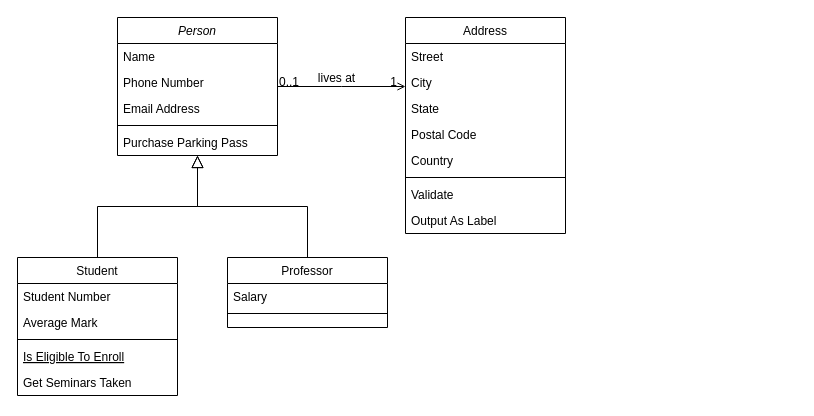
Earlier version of the draw.io diagram Untitled Diagram.drawio (NayeonKeum/Peering). Source tidied: cells renumbered, new cells numbered last; positions are measured from the earlier drawing's top-left corner, leaving out a move shared by most shapes. Both pictures are drawn from the tidied source at 100%, with x=0, y=0 at pixel (17, 17).
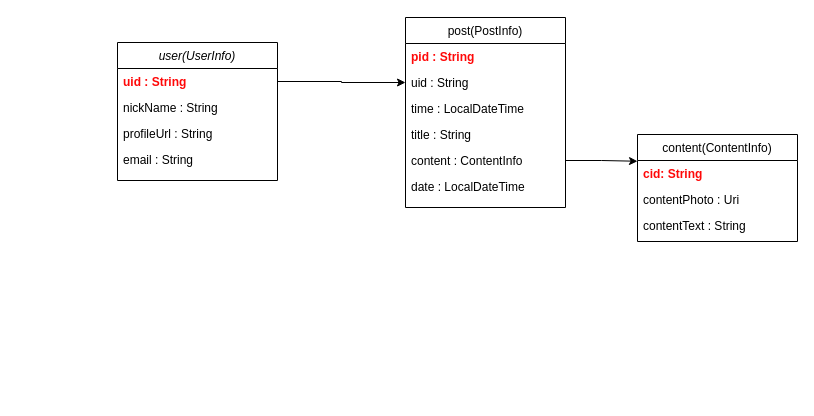
The same diagram, later.

Diff of the diagram source:
```diff
@@
-    <mxCell id="2" value="Person" style="swimlane;fontStyle=2;align=center;verticalAlign=top;horizontal=1;startSize=26;rounded=0;shadow=0;strokeWidth=1;" parent="1" vertex="1">
-      <mxGeometry x="100" width="160" height="138" as="geometry" />
+    <mxCell id="2" value="user(UserInfo)" style="swimlane;fontStyle=2;align=center;verticalAlign=top;horizontal=1;startSize=26;rounded=0;shadow=0;strokeWidth=1;" parent="1" vertex="1">
+      <mxGeometry x="100" y="25" width="160" height="138" as="geometry" />
     </mxCell>
-    <mxCell id="3" value="Name" style="text;align=left;verticalAlign=top;spacingLeft=4;spacingRight=4;overflow=hidden;points=[[0,0.5],[1,0.5]];portConstraint=eastwest;" parent="2" vertex="1">
+    <mxCell id="3" value="uid : String" style="text;align=left;verticalAlign=top;spacingLeft=4;spacingRight=4;overflow=hidden;points=[[0,0.5],[1,0.5]];portConstraint=eastwest;fontColor=#FF0808;fontStyle=1;" parent="2" vertex="1">
       <mxGeometry y="26" width="160" height="26" as="geometry" />
     </mxCell>
-    <mxCell id="4" value="Phone Number" style="text;align=left;verticalAlign=top;spacingLeft=4;spacingRight=4;overflow=hidden;rounded=0;shadow=0;html=0;" parent="2" vertex="1">
+    <mxCell id="4" value="nickName : String" style="text;align=left;verticalAlign=top;spacingLeft=4;spacingRight=4;overflow=hidden;rounded=0;shadow=0;html=0;" parent="2" vertex="1">
       <mxGeometry y="52" width="160" height="26" as="geometry" />
     </mxCell>
-    <mxCell id="5" value="Email Address" style="text;align=left;verticalAlign=top;spacingLeft=4;spacingRight=4;overflow=hidden;rounded=0;shadow=0;html=0;" parent="2" vertex="1">
+    <mxCell id="5" value="profileUrl : String" style="text;align=left;verticalAlign=top;spacingLeft=4;spacingRight=4;overflow=hidden;rounded=0;shadow=0;html=0;" parent="2" vertex="1">
       <mxGeometry y="78" width="160" height="26" as="geometry" />
     </mxCell>
-    <mxCell id="6" style="line;html=1;strokeWidth=1;align=left;verticalAlign=middle;spacingTop=-1;spacingLeft=3;spacingRight=3;labelPosition=right;" parent="2" vertex="1">
-      <mxGeometry y="104" width="160" height="8" as="geometry" />
-    </mxCell>
-    <mxCell id="7" value="Purchase Parking Pass" style="text;align=left;verticalAlign=top;spacingLeft=4;spacingRight=4;overflow=hidden;" parent="2" vertex="1">
-      <mxGeometry y="112" width="160" height="26" as="geometry" />
-    </mxCell>
+    <mxCell id="32" value="email : String" style="text;align=left;verticalAlign=top;spacingLeft=4;spacingRight=4;overflow=hidden;rounded=0;shadow=0;html=0;" parent="2" vertex="1">
+      <mxGeometry y="104" width="160" height="26" as="geometry" />
+    </mxCell>
-    <mxCell id="8" value="Student" style="swimlane;fontStyle=0;align=center;verticalAlign=top;horizontal=1;startSize=26;rounded=0;shadow=0;strokeWidth=1;" parent="1" vertex="1">
-      <mxGeometry y="240" width="160" height="138" as="geometry" />
+    <mxCell id="8" value="content(ContentInfo)" style="swimlane;fontStyle=0;align=center;verticalAlign=top;horizontal=1;startSize=26;rounded=0;shadow=0;strokeWidth=1;" parent="1" vertex="1">
+      <mxGeometry x="620" y="117" width="160" height="107" as="geometry" />
     </mxCell>
-    <mxCell id="9" value="Student Number" style="text;align=left;verticalAlign=top;spacingLeft=4;spacingRight=4;overflow=hidden;" parent="8" vertex="1">
+    <mxCell id="9" value="cid: String" style="text;align=left;verticalAlign=top;spacingLeft=4;spacingRight=4;overflow=hidden;fontColor=#FF0808;fontStyle=1;" parent="8" vertex="1">
       <mxGeometry y="26" width="160" height="26" as="geometry" />
     </mxCell>
-    <mxCell id="10" value="Average Mark" style="text;align=left;verticalAlign=top;spacingLeft=4;spacingRight=4;overflow=hidden;rounded=0;shadow=0;html=0;" parent="8" vertex="1">
+    <mxCell id="10" value="contentPhoto : Uri" style="text;align=left;verticalAlign=top;spacingLeft=4;spacingRight=4;overflow=hidden;rounded=0;shadow=0;html=0;" parent="8" vertex="1">
       <mxGeometry y="52" width="160" height="26" as="geometry" />
     </mxCell>
-    <mxCell id="11" style="line;html=1;strokeWidth=1;align=left;verticalAlign=middle;spacingTop=-1;spacingLeft=3;spacingRight=3;labelPosition=right;" parent="8" vertex="1">
-      <mxGeometry y="78" width="160" height="8" as="geometry" />
-    </mxCell>
-    <mxCell id="12" value="Is Eligible To Enroll" style="text;align=left;verticalAlign=top;spacingLeft=4;spacingRight=4;overflow=hidden;fontStyle=4;" parent="8" vertex="1">
-      <mxGeometry y="86" width="160" height="26" as="geometry" />
-    </mxCell>
-    <mxCell id="13" value="Get Seminars Taken" style="text;align=left;verticalAlign=top;spacingLeft=4;spacingRight=4;overflow=hidden;" parent="8" vertex="1">
-      <mxGeometry y="112" width="160" height="26" as="geometry" />
-    </mxCell>
-    <mxCell id="14" style="endArrow=block;endSize=10;endFill=0;shadow=0;strokeWidth=1;rounded=0;edgeStyle=elbowEdgeStyle;elbow=vertical;" parent="1" edge="1" source="8" target="2">
-      <mxGeometry relative="1" as="geometry" />
-    </mxCell>
-    <mxCell id="15" value="Professor" style="swimlane;fontStyle=0;align=center;verticalAlign=top;horizontal=1;startSize=26;rounded=0;shadow=0;strokeWidth=1;" parent="1" vertex="1">
-      <mxGeometry x="210" y="240" width="160" height="70" as="geometry" />
-    </mxCell>
-    <mxCell id="16" value="Salary" style="text;align=left;verticalAlign=top;spacingLeft=4;spacingRight=4;overflow=hidden;" parent="15" vertex="1">
-      <mxGeometry y="26" width="160" height="26" as="geometry" />
-    </mxCell>
-    <mxCell id="17" style="line;html=1;strokeWidth=1;align=left;verticalAlign=middle;spacingTop=-1;spacingLeft=3;spacingRight=3;labelPosition=right;" parent="15" vertex="1">
-      <mxGeometry y="52" width="160" height="8" as="geometry" />
-    </mxCell>
-    <mxCell id="18" style="endArrow=block;endSize=10;endFill=0;shadow=0;strokeWidth=1;rounded=0;edgeStyle=elbowEdgeStyle;elbow=vertical;" parent="1" edge="1" source="15" target="2">
-      <mxGeometry relative="1" as="geometry" />
-    </mxCell>
+    <mxCell id="33" value="contentText : String" style="text;align=left;verticalAlign=top;spacingLeft=4;spacingRight=4;overflow=hidden;rounded=0;shadow=0;html=0;" parent="8" vertex="1">
+      <mxGeometry y="78" width="160" height="26" as="geometry" />
+    </mxCell>
-    <mxCell id="19" value="Address" style="swimlane;fontStyle=0;align=center;verticalAlign=top;horizontal=1;startSize=26;rounded=0;shadow=0;strokeWidth=1;" parent="1" vertex="1">
-      <mxGeometry x="388" width="160" height="216" as="geometry" />
+    <mxCell id="19" value="post(PostInfo)" style="swimlane;fontStyle=0;align=center;verticalAlign=top;horizontal=1;startSize=26;rounded=0;shadow=0;strokeWidth=1;" parent="1" vertex="1">
+      <mxGeometry x="388" width="160" height="190" as="geometry" />
     </mxCell>
-    <mxCell id="20" value="Street" style="text;align=left;verticalAlign=top;spacingLeft=4;spacingRight=4;overflow=hidden;" parent="19" vertex="1">
+    <mxCell id="20" value="pid : String" style="text;align=left;verticalAlign=top;spacingLeft=4;spacingRight=4;overflow=hidden;fontColor=#FF0808;fontStyle=1;" parent="19" vertex="1">
       <mxGeometry y="26" width="160" height="26" as="geometry" />
     </mxCell>
-    <mxCell id="21" value="City" style="text;align=left;verticalAlign=top;spacingLeft=4;spacingRight=4;overflow=hidden;points=[[0,0.5],[1,0.5]];portConstraint=eastwest;rounded=0;shadow=0;html=0;" parent="19" vertex="1">
+    <mxCell id="21" value="uid : String" style="text;align=left;verticalAlign=top;spacingLeft=4;spacingRight=4;overflow=hidden;points=[[0,0.5],[1,0.5]];portConstraint=eastwest;rounded=0;shadow=0;html=0;" parent="19" vertex="1">
       <mxGeometry y="52" width="160" height="26" as="geometry" />
     </mxCell>
-    <mxCell id="22" value="State" style="text;align=left;verticalAlign=top;spacingLeft=4;spacingRight=4;overflow=hidden;rounded=0;shadow=0;html=0;" parent="19" vertex="1">
+    <mxCell id="22" value="time : LocalDateTime" style="text;align=left;verticalAlign=top;spacingLeft=4;spacingRight=4;overflow=hidden;rounded=0;shadow=0;html=0;" parent="19" vertex="1">
       <mxGeometry y="78" width="160" height="26" as="geometry" />
     </mxCell>
-    <mxCell id="23" value="Postal Code" style="text;align=left;verticalAlign=top;spacingLeft=4;spacingRight=4;overflow=hidden;rounded=0;shadow=0;html=0;" parent="19" vertex="1">
+    <mxCell id="23" value="title : String" style="text;align=left;verticalAlign=top;spacingLeft=4;spacingRight=4;overflow=hidden;rounded=0;shadow=0;html=0;" parent="19" vertex="1">
       <mxGeometry y="104" width="160" height="26" as="geometry" />
     </mxCell>
-    <mxCell id="24" value="Country" style="text;align=left;verticalAlign=top;spacingLeft=4;spacingRight=4;overflow=hidden;points=[[0,0.5],[1,0.5]];portConstraint=eastwest;rounded=0;shadow=0;html=0;" parent="19" vertex="1">
+    <mxCell id="24" value="content : ContentInfo" style="text;align=left;verticalAlign=top;spacingLeft=4;spacingRight=4;overflow=hidden;points=[[0,0.5],[1,0.5]];portConstraint=eastwest;rounded=0;shadow=0;html=0;" parent="19" vertex="1">
       <mxGeometry y="130" width="160" height="26" as="geometry" />
     </mxCell>
-    <mxCell id="25" style="line;html=1;strokeWidth=1;align=left;verticalAlign=middle;spacingTop=-1;spacingLeft=3;spacingRight=3;labelPosition=right;" parent="19" vertex="1">
-      <mxGeometry y="156" width="160" height="8" as="geometry" />
-    </mxCell>
-    <mxCell id="26" value="Validate" style="text;align=left;verticalAlign=top;spacingLeft=4;spacingRight=4;overflow=hidden;" parent="19" vertex="1">
-      <mxGeometry y="164" width="160" height="26" as="geometry" />
-    </mxCell>
-    <mxCell id="27" value="Output As Label" style="text;align=left;verticalAlign=top;spacingLeft=4;spacingRight=4;overflow=hidden;" parent="19" vertex="1">
-      <mxGeometry y="190" width="160" height="26" as="geometry" />
-    </mxCell>
-    <mxCell id="28" style="endArrow=open;shadow=0;strokeWidth=1;rounded=0;endFill=1;edgeStyle=elbowEdgeStyle;elbow=vertical;" parent="1" edge="1" source="2" target="19">
-      <mxGeometry x="0.5" y="41" relative="1" as="geometry">
-        <mxPoint x="-40" y="32" as="offset" />
-      </mxGeometry>
-    </mxCell>
-    <mxCell id="29" value="0..1" style="align=left;verticalAlign=bottom;labelBackgroundColor=none;fontSize=12;" parent="28" vertex="1">
-      <mxGeometry x="-1" relative="1" as="geometry">
-        <mxPoint y="4" as="offset" />
-      </mxGeometry>
-    </mxCell>
-    <mxCell id="30" value="1" style="align=right;verticalAlign=bottom;labelBackgroundColor=none;fontSize=12;" parent="28" vertex="1">
-      <mxGeometry x="1" relative="1" as="geometry">
-        <mxPoint x="-7" y="4" as="offset" />
-      </mxGeometry>
-    </mxCell>
-    <mxCell id="31" value="lives at" style="text;html=1;align=center;verticalAlign=middle;labelBackgroundColor=none;rounded=0;shadow=0;strokeWidth=1;fontSize=12;" parent="28" vertex="1">
-      <mxGeometry x="0.5" y="49" relative="1" as="geometry">
-        <mxPoint x="-38" y="40" as="offset" />
-      </mxGeometry>
-    </mxCell>
+    <mxCell id="34" value="date : LocalDateTime" style="text;align=left;verticalAlign=top;spacingLeft=4;spacingRight=4;overflow=hidden;rounded=0;shadow=0;html=0;" parent="19" vertex="1">
+      <mxGeometry y="156" width="160" height="26" as="geometry" />
+    </mxCell>
+    <mxCell id="35" style="edgeStyle=orthogonalEdgeStyle;rounded=0;jettySize=auto;html=1;exitX=1;exitY=0.5;exitDx=0;exitDy=0;entryX=0;entryY=0.5;entryDx=0;entryDy=0;" parent="1" edge="1" source="3" target="21">
+      <mxGeometry relative="1" as="geometry" />
+    </mxCell>
+    <mxCell id="36" style="edgeStyle=orthogonalEdgeStyle;rounded=0;jettySize=auto;html=1;exitX=1;exitY=0.5;exitDx=0;exitDy=0;entryX=0;entryY=0.25;entryDx=0;entryDy=0;" parent="1" edge="1" source="24" target="8">
+      <mxGeometry relative="1" as="geometry" />
+    </mxCell>
```
